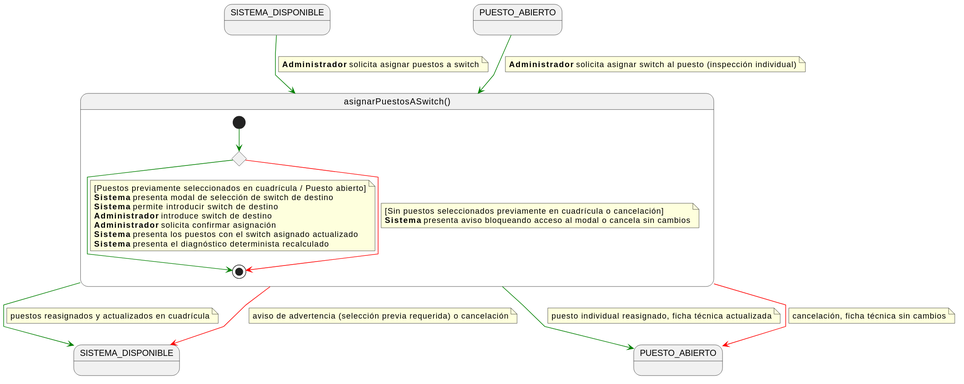
The PlantUML diagram images/01-requisitos/01-detalle-casos-uso/asignarPuestosASwitch/especificacion.svg in Carlos-Lima2510/mesh-panel, before a commit.
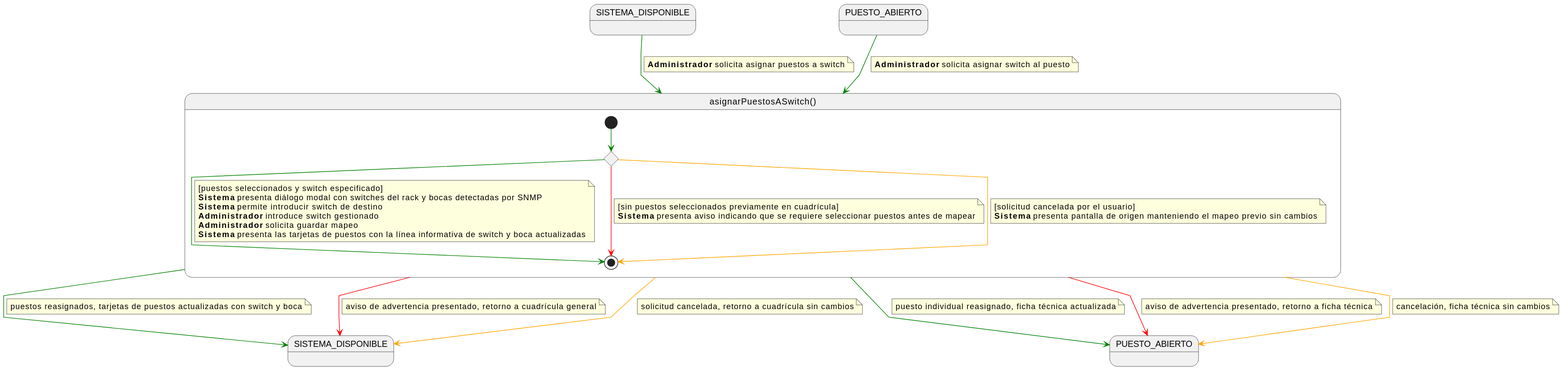
After the commit.

The edit, as a diff of the source:
```diff
@@ -13,7 +13,7 @@
 
 PUESTO_ABIERTO -[#green]-> asignarPuestosASwitch
 note on link
-<b>Administrador</b> solicita asignar switch al puesto (inspección individual)
+<b>Administrador</b> solicita asignar switch al puesto
 end note
 
 state asignarPuestosASwitch as "asignarPuestosASwitch()" {
@@ -24,30 +24,40 @@
 
     c -[#green]-> [*]
     note on link
-    [Puestos previamente seleccionados en cuadrícula / Puesto abierto]
-    <b>Sistema</b> presenta modal de selección de switch de destino
+    [puestos seleccionados y switch especificado]
+    <b>Sistema</b> presenta diálogo modal con switches del rack y bocas detectadas por SNMP
     <b>Sistema</b> permite introducir switch de destino
-    <b>Administrador</b> introduce switch de destino
-    <b>Administrador</b> solicita confirmar asignación
-    <b>Sistema</b> presenta los puestos con el switch asignado actualizado
-    <b>Sistema</b> presenta el diagnóstico determinista recalculado
+    <b>Administrador</b> introduce switch gestionado
+    <b>Administrador</b> solicita guardar mapeo
+    <b>Sistema</b> presenta las tarjetas de puestos con la línea informativa de switch y boca actualizadas
     end note
 
     c -[#red]-> [*]
     note on link
-    [Sin puestos seleccionados previamente en cuadrícula o cancelación]
-    <b>Sistema</b> presenta aviso bloqueando acceso al modal o cancela sin cambios
+    [sin puestos seleccionados previamente en cuadrícula]
+    <b>Sistema</b> presenta aviso indicando que se requiere seleccionar puestos antes de mapear
+    end note
+
+    c -[#orange]-> [*]
+    note on link
+    [solicitud cancelada por el usuario]
+    <b>Sistema</b> presenta pantalla de origen manteniendo el mapeo previo sin cambios
     end note
 }
 
 asignarPuestosASwitch -[#green]-> SISTEMA_DISPONIBLE_SALIDA
 note on link
-puestos reasignados y actualizados en cuadrícula
+puestos reasignados, tarjetas de puestos actualizadas con switch y boca
 end note
 
 asignarPuestosASwitch -[#red]-> SISTEMA_DISPONIBLE_SALIDA
 note on link
-aviso de advertencia (selección previa requerida) o cancelación
+aviso de advertencia presentado, retorno a cuadrícula general
+end note
+
+asignarPuestosASwitch -[#orange]-> SISTEMA_DISPONIBLE_SALIDA
+note on link
+solicitud cancelada, retorno a cuadrícula sin cambios
 end note
 
 asignarPuestosASwitch -[#green]-> PUESTO_ABIERTO_SALIDA
@@ -57,6 +67,11 @@
 
 asignarPuestosASwitch -[#red]-> PUESTO_ABIERTO_SALIDA
 note on link
+aviso de advertencia presentado, retorno a ficha técnica
+end note
+
+asignarPuestosASwitch -[#orange]-> PUESTO_ABIERTO_SALIDA
+note on link
 cancelación, ficha técnica sin cambios
 end note
 @enduml
```
